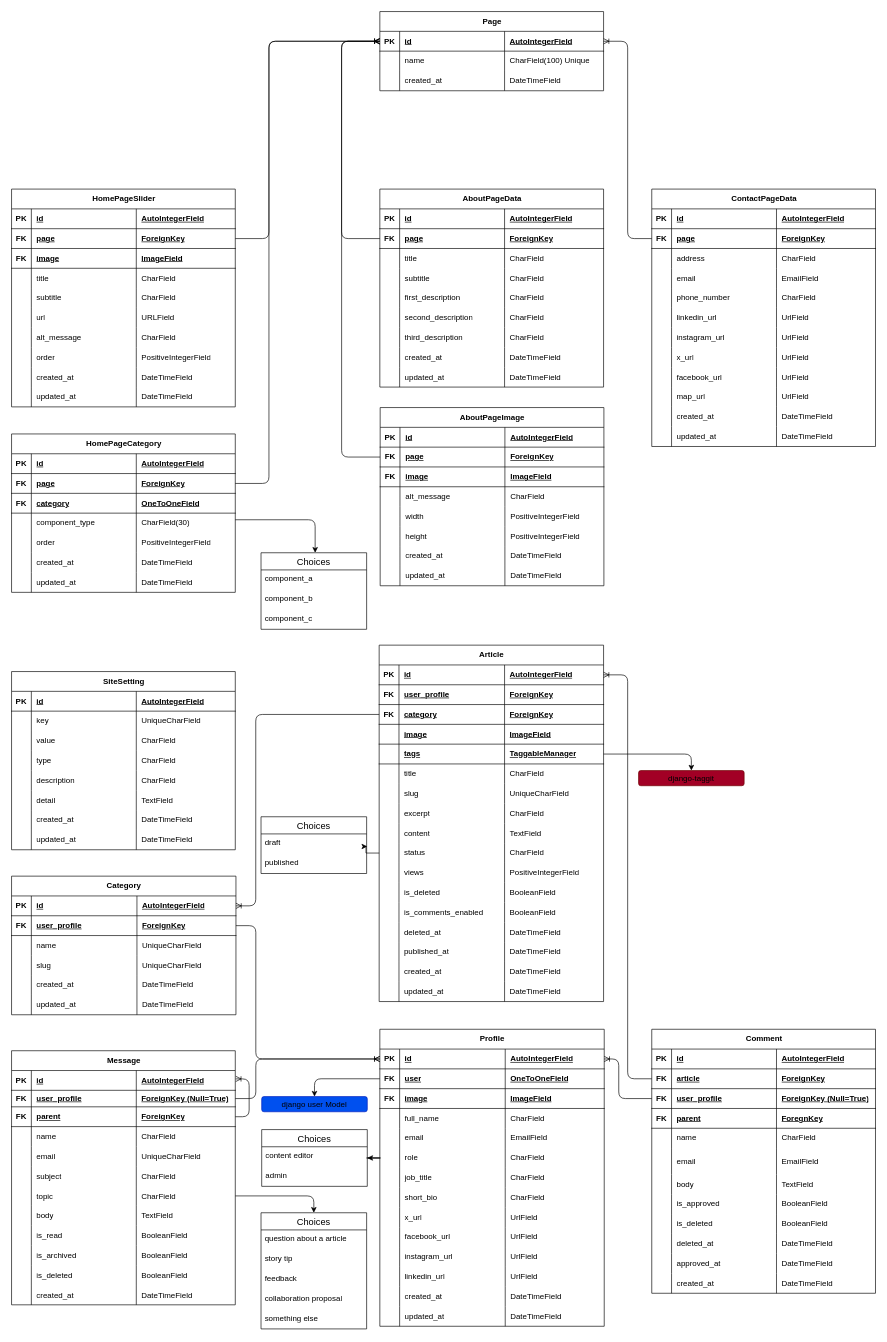
The draw.io diagram docs/database/database-schema.drawio in na3eri/django-simple-blog, before the edit. Source tidied: cells renumbered, new cells numbered last; positions are measured from the earlier drawing's top-left corner, leaving out a move shared by most shapes. Both pictures are drawn from the tidied source at 66%, with x=0, y=0 at pixel (11, 11).
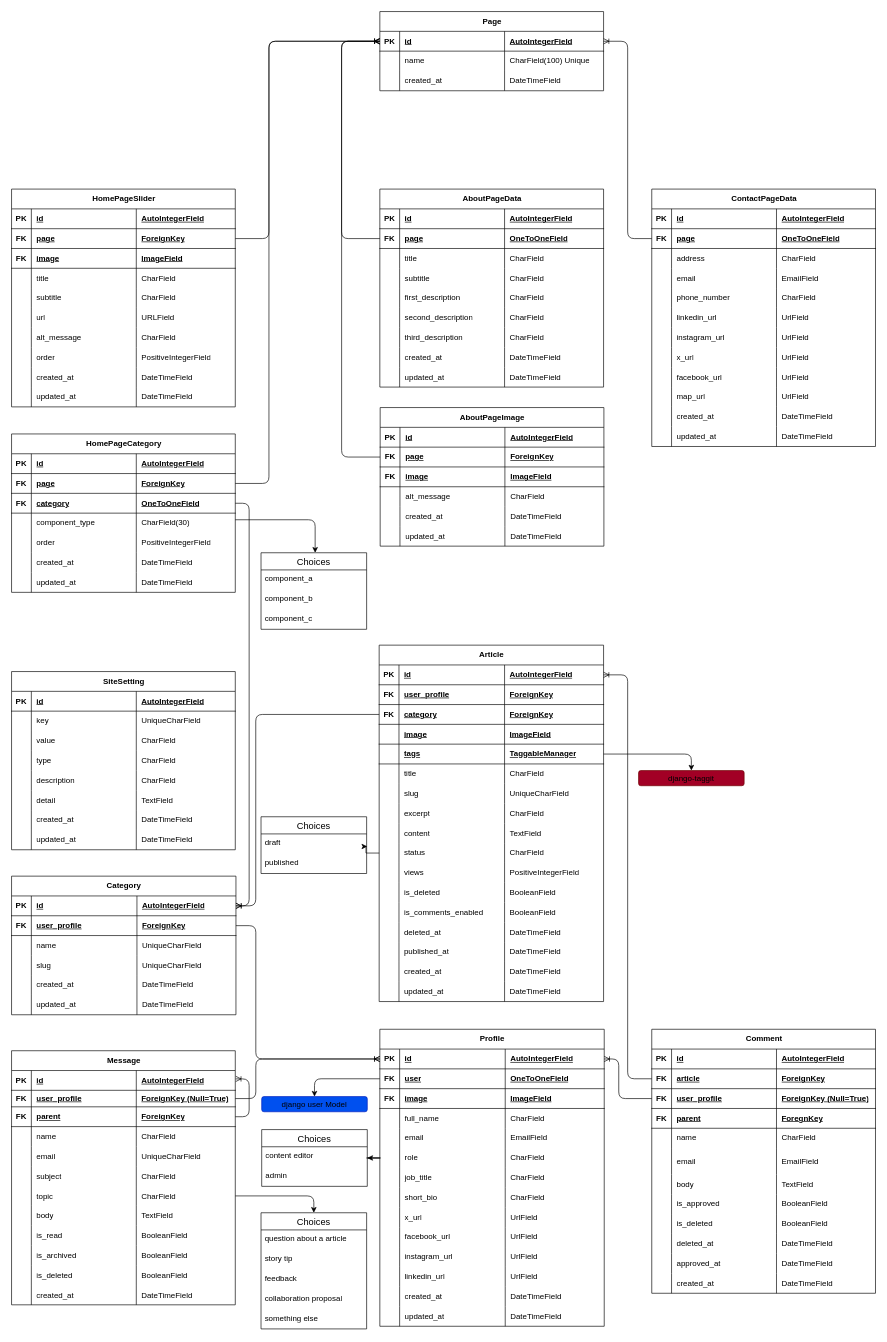
The same page after the edit.

Unchanged cells that the change refers to:
```xml
<mxCell id="60" style="shape=tableRow;horizontal=0;startSize=0;swimlaneHead=0;swimlaneBody=0;fillColor=none;points=[[0,0.5],[1,0.5]];portConstraint=eastwest;top=0;left=0;right=0;bottom=1;" parent="59" vertex="1">
  <mxGeometry y="30" width="340" height="30" as="geometry" />
</mxCell>
<mxCell id="295" style="shape=tableRow;horizontal=0;startSize=0;swimlaneHead=0;swimlaneBody=0;fillColor=none;points=[[0,0.5],[1,0.5]];portConstraint=eastwest;top=0;left=0;right=0;bottom=1;" parent="290" vertex="1">
  <mxGeometry y="60" width="339" height="30" as="geometry" />
</mxCell>
<mxCell id="332" style="shape=tableRow;horizontal=0;startSize=0;swimlaneHead=0;swimlaneBody=0;fillColor=none;points=[[0,0.5],[1,0.5]];portConstraint=eastwest;top=0;left=0;right=0;bottom=1;" parent="327" vertex="1">
  <mxGeometry y="60" width="339" height="30" as="geometry" />
</mxCell>
<mxCell id="479" style="shape=tableRow;horizontal=0;startSize=0;swimlaneHead=0;swimlaneBody=0;fillColor=none;points=[[0,0.5],[1,0.5]];portConstraint=eastwest;top=0;left=0;right=0;bottom=1;" parent="470" vertex="1">
  <mxGeometry y="90" width="339" height="30" as="geometry" />
</mxCell>
```

Change to the diagram source:
```diff
@@
-    <mxCell id="298" value="ForeignKey" style="shape=partialRectangle;fillColor=none;top=0;left=0;bottom=0;right=0;align=left;spacingLeft=6;fontStyle=5;overflow=hidden;whiteSpace=wrap;html=1;" parent="295" vertex="1">
+    <mxCell id="298" value="OneToOneField" style="shape=partialRectangle;fillColor=none;top=0;left=0;bottom=0;right=0;align=left;spacingLeft=6;fontStyle=5;overflow=hidden;whiteSpace=wrap;html=1;" parent="295" vertex="1">
       <mxGeometry x="189" width="150" height="30" as="geometry" />
     </mxCell>
@@
-    <mxCell id="335" value="ForeignKey" style="shape=partialRectangle;fillColor=none;top=0;left=0;bottom=0;right=0;align=left;spacingLeft=6;fontStyle=5;overflow=hidden;whiteSpace=wrap;html=1;" parent="332" vertex="1">
+    <mxCell id="335" value="OneToOneField" style="shape=partialRectangle;fillColor=none;top=0;left=0;bottom=0;right=0;align=left;spacingLeft=6;fontStyle=5;overflow=hidden;whiteSpace=wrap;html=1;" parent="332" vertex="1">
       <mxGeometry x="189" width="150" height="30" as="geometry" />
     </mxCell>
@@
     <mxCell id="376" value="AboutPageImage" style="shape=table;startSize=30;childLayout=tableLayout;rowLines=0;fontStyle=1;align=center;html=1;" parent="1" vertex="1">
-      <mxGeometry x="558.5" y="600" width="339" height="270" as="geometry" />
+      <mxGeometry x="558.5" y="600" width="339" height="210" as="geometry" />
     </mxCell>
@@
-    <mxCell id="393" style="shape=tableRow;horizontal=0;startSize=0;swimlaneHead=0;swimlaneBody=0;fillColor=none;top=0;left=0;right=0;bottom=0;" parent="376" vertex="1">
-      <mxGeometry y="150" width="339" height="30" as="geometry" />
-    </mxCell>
-    <mxCell id="394" style="shape=partialRectangle;fillColor=none;top=0;left=0;bottom=0;right=0;overflow=hidden;whiteSpace=wrap;html=1;" parent="393" vertex="1">
-      <mxGeometry width="30" height="30" as="geometry" />
-    </mxCell>
-    <mxCell id="395" value="width" style="shape=partialRectangle;fillColor=none;top=0;left=0;bottom=0;right=0;align=left;spacingLeft=6;overflow=hidden;whiteSpace=wrap;html=1;" parent="393" vertex="1">
-      <mxGeometry x="30" width="159" height="30" as="geometry" />
-    </mxCell>
-    <mxCell id="396" value="PositiveIntegerField" style="shape=partialRectangle;fillColor=none;top=0;left=0;bottom=0;right=0;align=left;spacingLeft=6;overflow=hidden;whiteSpace=wrap;html=1;" parent="393" vertex="1">
-      <mxGeometry x="189" width="150" height="30" as="geometry" />
-    </mxCell>
-    <mxCell id="397" style="shape=tableRow;horizontal=0;startSize=0;swimlaneHead=0;swimlaneBody=0;fillColor=none;top=0;left=0;right=0;bottom=0;" parent="376" vertex="1">
-      <mxGeometry y="180" width="339" height="30" as="geometry" />
-    </mxCell>
-    <mxCell id="398" style="shape=partialRectangle;fillColor=none;top=0;left=0;bottom=0;right=0;overflow=hidden;whiteSpace=wrap;html=1;" parent="397" vertex="1">
-      <mxGeometry width="30" height="30" as="geometry" />
-    </mxCell>
-    <mxCell id="399" value="height" style="shape=partialRectangle;fillColor=none;top=0;left=0;bottom=0;right=0;align=left;spacingLeft=6;overflow=hidden;whiteSpace=wrap;html=1;" parent="397" vertex="1">
-      <mxGeometry x="30" width="159" height="30" as="geometry" />
-    </mxCell>
-    <mxCell id="400" value="PositiveIntegerField" style="shape=partialRectangle;fillColor=none;top=0;left=0;bottom=0;right=0;align=left;spacingLeft=6;overflow=hidden;whiteSpace=wrap;html=1;" parent="397" vertex="1">
-      <mxGeometry x="189" width="150" height="30" as="geometry" />
-    </mxCell>
     <mxCell id="401" style="shape=tableRow;horizontal=0;startSize=0;swimlaneHead=0;swimlaneBody=0;fillColor=none;top=0;left=0;right=0;bottom=0;" parent="376" vertex="1">
-      <mxGeometry y="210" width="339" height="30" as="geometry" />
+      <mxGeometry y="150" width="339" height="30" as="geometry" />
     </mxCell>
@@
     <mxCell id="405" style="shape=tableRow;horizontal=0;startSize=0;swimlaneHead=0;swimlaneBody=0;fillColor=none;top=0;left=0;right=0;bottom=0;" parent="376" vertex="1">
-      <mxGeometry y="240" width="339" height="30" as="geometry" />
+      <mxGeometry y="180" width="339" height="30" as="geometry" />
     </mxCell>
@@
+    <mxCell id="521" style="edgeStyle=orthogonalEdgeStyle;rounded=1;jettySize=auto;html=1;entryX=1;entryY=0.5;entryDx=0;entryDy=0;curved=0;endArrow=ERoneToMany;endFill=0;" parent="1" edge="1" source="479" target="60">
+      <mxGeometry relative="1" as="geometry" />
+    </mxCell>
```
